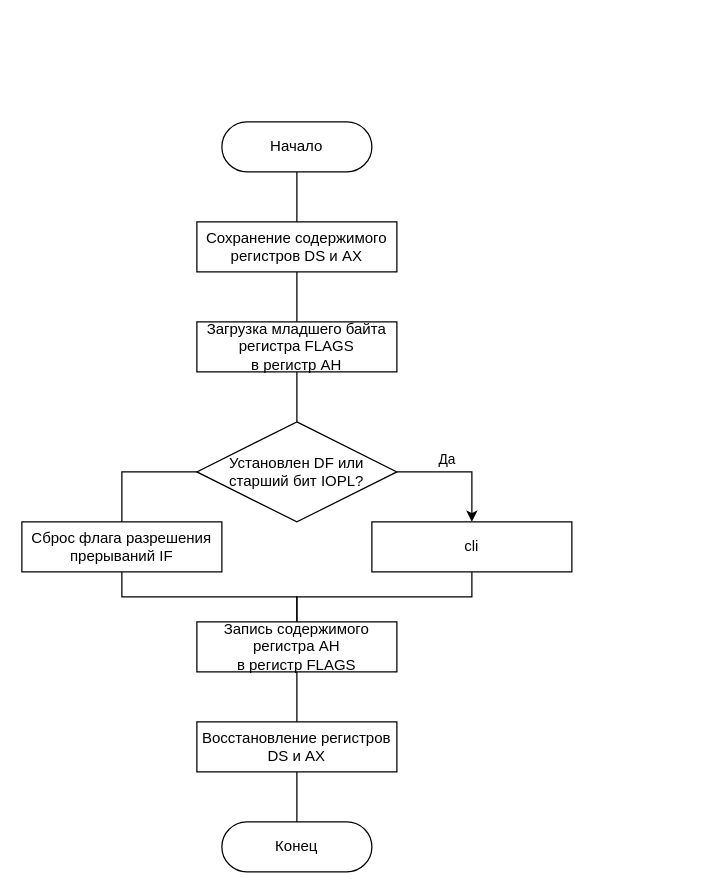
Earlier version of the draw.io diagram Lab1/Subroutine.drawio (Inlucker/OperatingSystems). Source tidied: cells renumbered, new cells numbered last; positions are measured from the earlier drawing's top-left corner, leaving out a move shared by most shapes. Both pictures are drawn from the tidied source at 125%, with x=0, y=0 at pixel (21, 121).
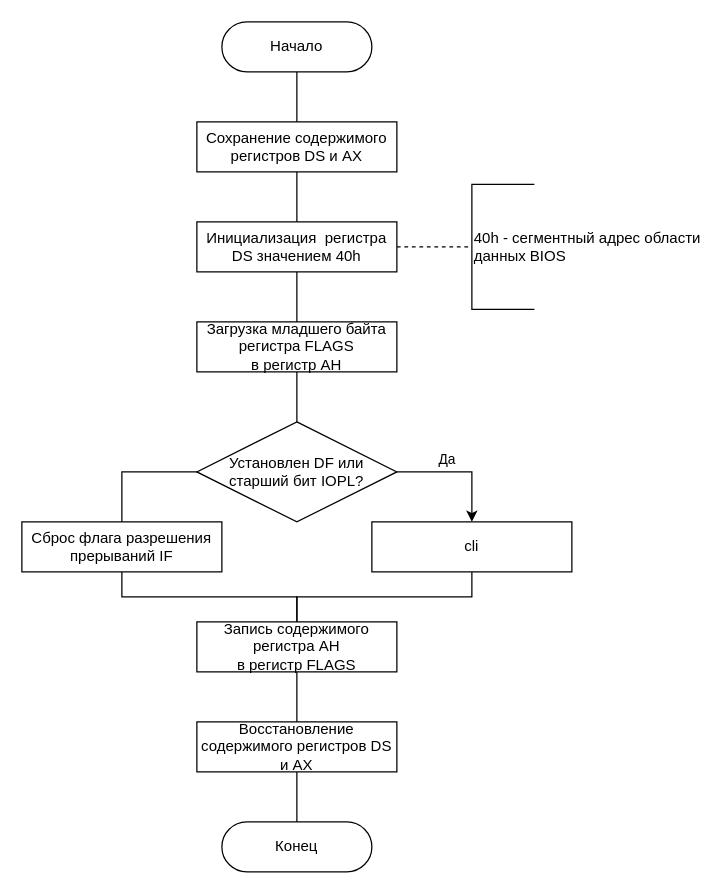
After the change.

The change refers to these unchanged cells:
```xml
<mxCell id="7" value="Загрузка младшего байта регистра FLAGS &lt;br&gt;в регистр AH" style="rounded=0;whiteSpace=wrap;html=1;" parent="1" vertex="1">
  <mxGeometry x="140" y="160" width="160" height="40" as="geometry" />
</mxCell>
```

What changed in the source:
```diff
@@
     <mxCell id="3" value="&lt;div&gt;Начало&lt;/div&gt;" style="rounded=1;whiteSpace=wrap;html=1;arcSize=50;" parent="1" vertex="1">
-      <mxGeometry x="160" width="120" height="40" as="geometry" />
+      <mxGeometry x="160" y="-80" width="120" height="40" as="geometry" />
     </mxCell>
-    <mxCell id="4" style="edgeStyle=orthogonalEdgeStyle;rounded=0;jettySize=auto;html=1;endArrow=none;" parent="1" edge="1" source="5" target="7">
-      <mxGeometry relative="1" as="geometry" />
-    </mxCell>
+    <mxCell id="20" style="edgeStyle=orthogonalEdgeStyle;rounded=0;jettySize=auto;html=1;endArrow=none;" parent="1" edge="1" source="5" target="22">
+      <mxGeometry relative="1" as="geometry" />
+    </mxCell>
     <mxCell id="5" value="Сохранение содержимого регистров DS и AX" style="rounded=0;whiteSpace=wrap;html=1;" parent="1" vertex="1">
-      <mxGeometry x="140" y="80" width="160" height="40" as="geometry" />
+      <mxGeometry x="140" width="160" height="40" as="geometry" />
     </mxCell>
@@
-    <mxCell id="10" value="Установлен DF или старший бит IOPL?" style="rhombus;whiteSpace=wrap;html=1;" parent="1" vertex="1">
+    <mxCell id="10" value="&lt;div&gt;Установлен DF или &lt;br&gt;&lt;/div&gt;&lt;div&gt;старший бит IOPL?&lt;/div&gt;" style="rhombus;whiteSpace=wrap;html=1;" parent="1" vertex="1">
       <mxGeometry x="140" y="240" width="160" height="80" as="geometry" />
     </mxCell>
@@
-    <mxCell id="18" value="Восстановление регистров DS и AX" style="rounded=0;whiteSpace=wrap;html=1;" parent="1" vertex="1">
+    <mxCell id="18" value="Восстановление содержимого регистров DS и AX" style="rounded=0;whiteSpace=wrap;html=1;" parent="1" vertex="1">
       <mxGeometry x="140" y="480" width="160" height="40" as="geometry" />
     </mxCell>
@@
+    <mxCell id="21" style="edgeStyle=orthogonalEdgeStyle;rounded=0;jettySize=auto;html=1;endArrow=none;" parent="1" edge="1" source="22" target="7">
+      <mxGeometry relative="1" as="geometry" />
+    </mxCell>
+    <mxCell id="22" value="Инициализация&amp;nbsp; регистра DS значением 40h" style="rounded=0;whiteSpace=wrap;html=1;" parent="1" vertex="1">
+      <mxGeometry x="140" y="80" width="160" height="40" as="geometry" />
+    </mxCell>
+    <mxCell id="23" value="40h - сегментный адрес области&lt;br&gt;данных BIOS" style="strokeWidth=1;html=1;shape=mxgraph.flowchart.annotation_1;align=left;" parent="1" vertex="1">
+      <mxGeometry x="360" y="50" width="50" height="100" as="geometry" />
+    </mxCell>
+    <mxCell id="24" style="endArrow=none;dashed=1;html=1;exitX=1;exitY=0.5;exitDx=0;exitDy=0;entryX=0;entryY=0.5;entryDx=0;entryDy=0;entryPerimeter=0;" parent="1" edge="1" source="22" target="23">
+      <mxGeometry relative="1" as="geometry" />
+    </mxCell>
```
